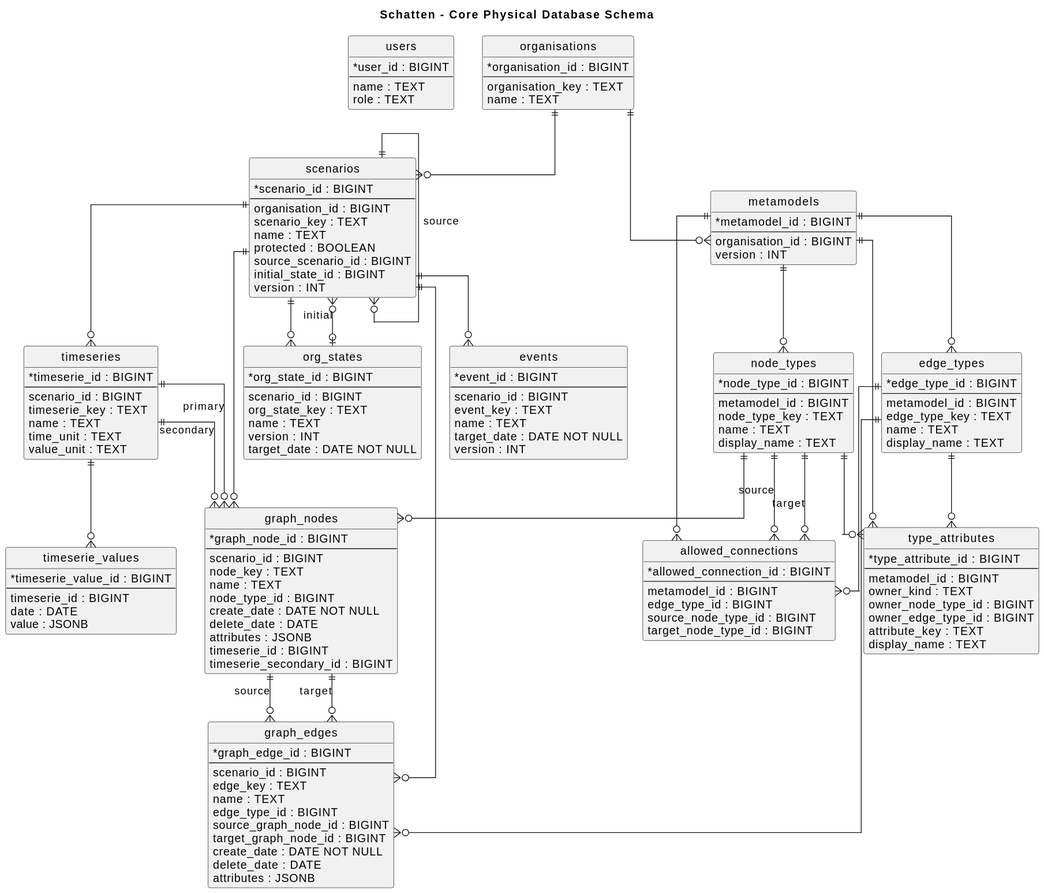
This is docs/diagrams/generated/db-physical-schema.svg from lupaus-eu/shadow, a PlantUML export, as it was before one commit.
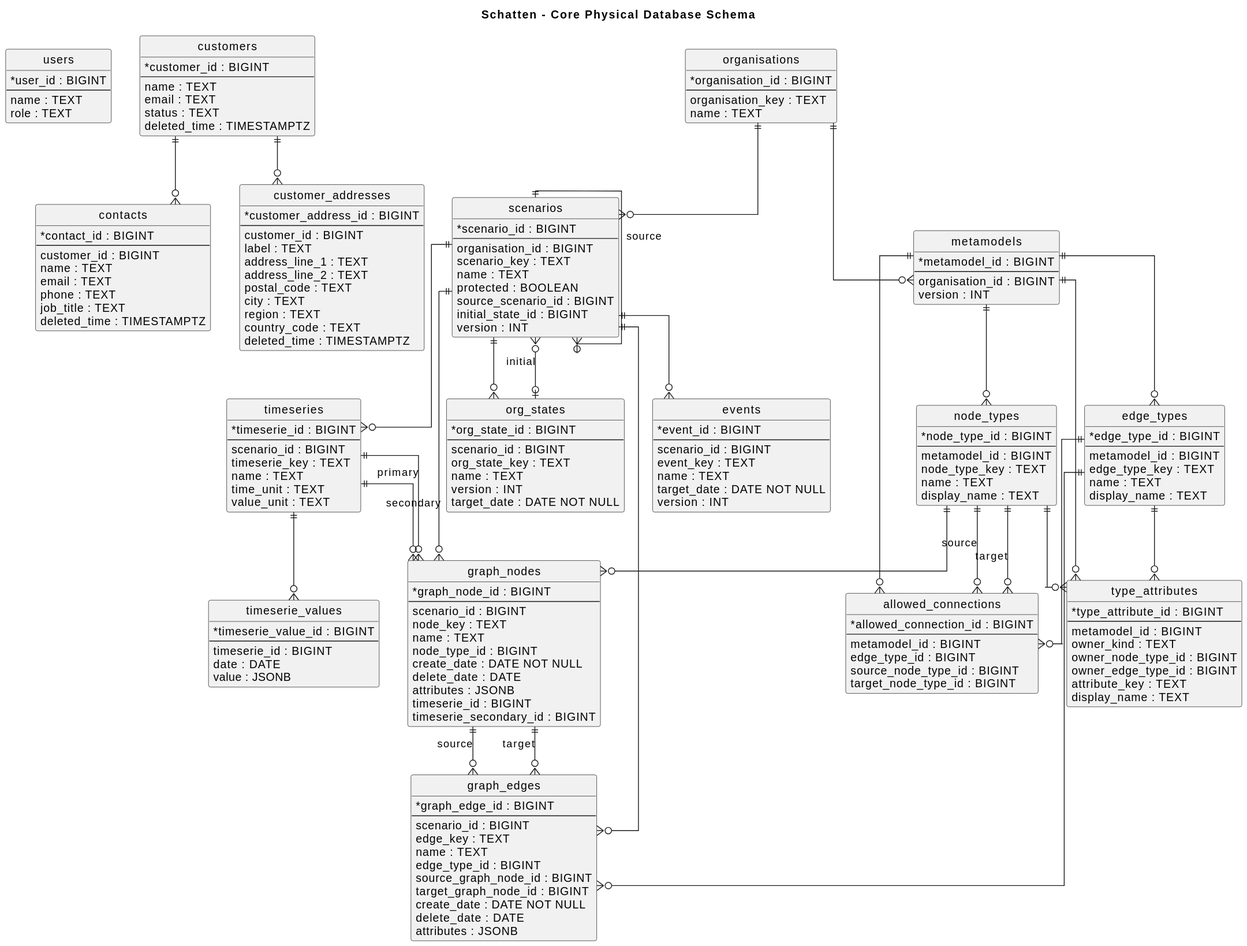
The same diagram one commit later.

Diff of the diagram source:
```diff
@@ -10,6 +10,40 @@
   --
   name : TEXT
   role : TEXT
+}
+
+entity "customers" as customers {
+  * customer_id : BIGINT
+  --
+  name : TEXT
+  email : TEXT
+  status : TEXT
+  deleted_time : TIMESTAMPTZ
+}
+
+entity "contacts" as contacts {
+  * contact_id : BIGINT
+  --
+  customer_id : BIGINT
+  name : TEXT
+  email : TEXT
+  phone : TEXT
+  job_title : TEXT
+  deleted_time : TIMESTAMPTZ
+}
+
+entity "customer_addresses" as customer_addresses {
+  * customer_address_id : BIGINT
+  --
+  customer_id : BIGINT
+  label : TEXT
+  address_line_1 : TEXT
+  address_line_2 : TEXT
+  postal_code : TEXT
+  city : TEXT
+  region : TEXT
+  country_code : TEXT
+  deleted_time : TIMESTAMPTZ
 }
 
 entity "organisations" as organisations {
@@ -144,6 +178,8 @@
 
 organisations ||--o{ scenarios
 organisations ||--o{ metamodels
+customers ||--o{ contacts
+customers ||--o{ customer_addresses
 scenarios ||--o{ org_states
 scenarios ||--o{ events
 scenarios ||--o{ timeseries
```
